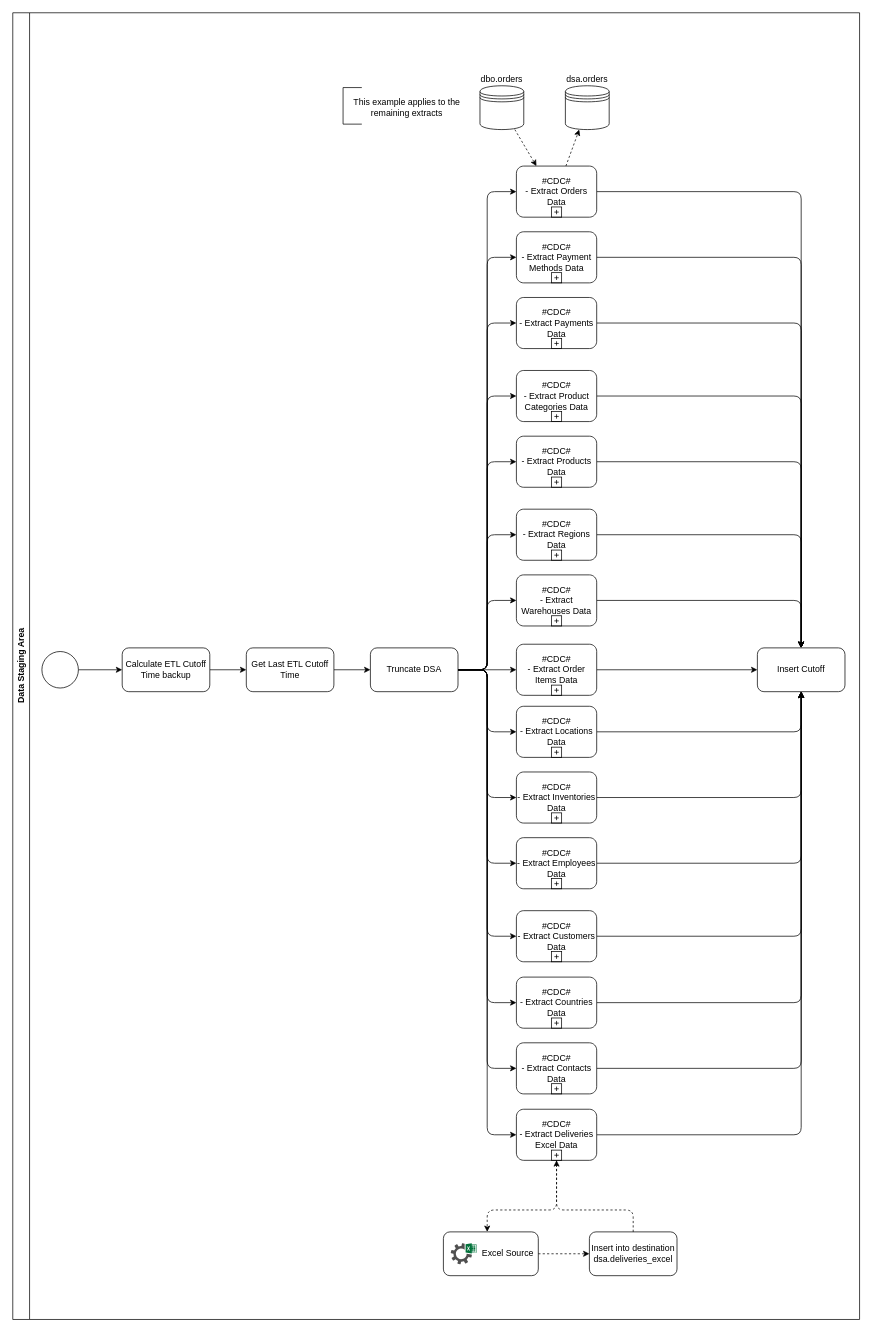
This is page "DSA" (2 of 2) of docs/drawio/etl.drawio from joaobraganca555/GlobalTech_ETL, a draw.io file, before an edit. Source tidied: cells renumbered, new cells numbered last; positions are measured from the earlier drawing's top-left corner, leaving out a move shared by most shapes. Both pictures are drawn from the tidied source at 73%, with x=0, y=0 at pixel (12, 12).
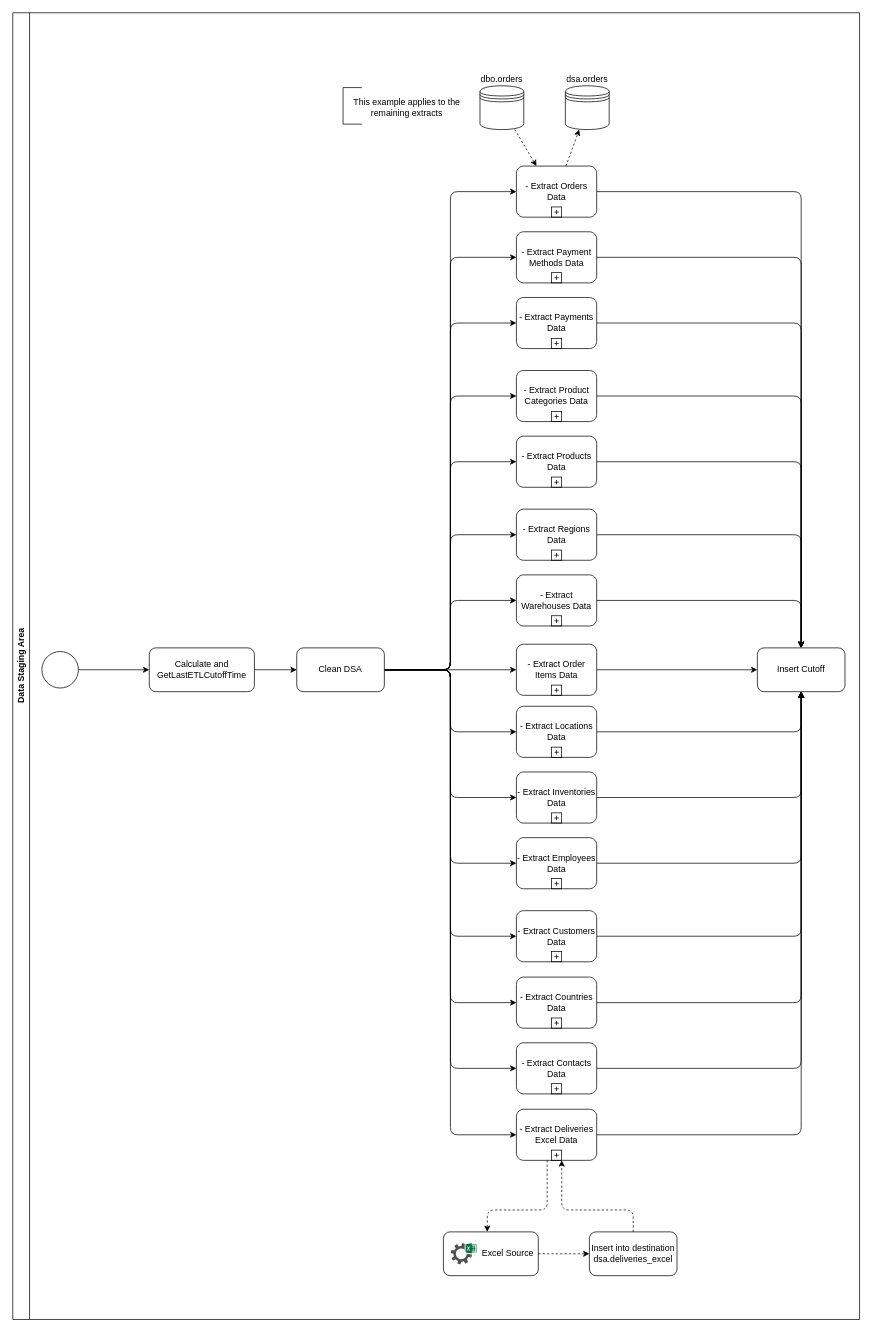
Above is the later version.

The change refers to these unchanged cells:
```xml
<mxCell id="2" value="Data Staging Area" style="swimlane;horizontal=0;whiteSpace=wrap;html=1;fontStyle=1;" parent="1" vertex="1">
  <mxGeometry width="1160" height="1790" as="geometry" />
</mxCell>
<mxCell id="4" style="points=[[0.145,0.145,0],[0.5,0,0],[0.855,0.145,0],[1,0.5,0],[0.855,0.855,0],[0.5,1,0],[0.145,0.855,0],[0,0.5,0]];shape=mxgraph.bpmn.event;html=1;verticalLabelPosition=bottom;labelBackgroundColor=#ffffff;verticalAlign=top;align=center;perimeter=ellipsePerimeter;outlineConnect=0;outline=standard;symbol=general;" parent="2" vertex="1">
  <mxGeometry x="39.9" y="875" width="50" height="50" as="geometry" />
</mxCell>
<mxCell id="57" value="&amp;nbsp; &amp;nbsp; &amp;nbsp; &amp;nbsp; &amp;nbsp; &amp;nbsp; &amp;nbsp; Excel Source" style="rounded=1;whiteSpace=wrap;html=1;" parent="2" vertex="1">
  <mxGeometry x="589.9" y="1670" width="130" height="60" as="geometry" />
</mxCell>
<mxCell id="59" value="Insert into destination dsa.deliveries_excel" style="rounded=1;whiteSpace=wrap;html=1;" parent="2" vertex="1">
  <mxGeometry x="789.9" y="1670" width="120" height="60" as="geometry" />
</mxCell>
```

Diff of the diagram source:
```diff
@@
-    <mxCell id="3" style="edgeStyle=none;html=1;" parent="2" edge="1" source="4" target="6">
+    <mxCell id="3" style="edgeStyle=none;html=1;" parent="2" edge="1" source="4" target="8">
       <mxGeometry relative="1" as="geometry" />
     </mxCell>
@@
-    <mxCell id="5" style="edgeStyle=none;html=1;" parent="2" edge="1" source="6" target="8">
-      <mxGeometry relative="1" as="geometry" />
-    </mxCell>
-    <mxCell id="6" value="Calculate ETL Cutoff Time backup" style="rounded=1;whiteSpace=wrap;html=1;" parent="2" vertex="1">
-      <mxGeometry x="149.9" y="870" width="120" height="60" as="geometry" />
-    </mxCell>
@@
-    <mxCell id="8" value="Get Last ETL Cutoff Time" style="rounded=1;whiteSpace=wrap;html=1;" parent="2" vertex="1">
-      <mxGeometry x="319.9" y="870" width="120" height="60" as="geometry" />
+    <mxCell id="8" value="Calculate and GetLastETLCutoffTime" style="rounded=1;whiteSpace=wrap;html=1;" parent="2" vertex="1">
+      <mxGeometry x="187" y="870" width="144" height="60" as="geometry" />
     </mxCell>
@@
-    <mxCell id="24" value="Truncate DSA" style="rounded=1;whiteSpace=wrap;html=1;" parent="2" vertex="1">
-      <mxGeometry x="489.9" y="870" width="120" height="60" as="geometry" />
+    <mxCell id="24" value="Clean DSA" style="rounded=1;whiteSpace=wrap;html=1;" parent="2" vertex="1">
+      <mxGeometry x="389" y="870" width="120" height="60" as="geometry" />
     </mxCell>
@@
-    <mxCell id="26" value="#CDC#&lt;br&gt;- Extract Order Items Data" style="points=[[0.25,0,0],[0.5,0,0],[0.75,0,0],[1,0.25,0],[1,0.5,0],[1,0.75,0],[0.75,1,0],[0.5,1,0],[0.25,1,0],[0,0.75,0],[0,0.5,0],[0,0.25,0]];shape=mxgraph.bpmn.task;whiteSpace=wrap;rectStyle=rounded;size=10;html=1;taskMarker=abstract;isLoopSub=1;" parent="2" vertex="1">
+    <mxCell id="26" value="- Extract Order Items Data" style="points=[[0.25,0,0],[0.5,0,0],[0.75,0,0],[1,0.25,0],[1,0.5,0],[1,0.75,0],[0.75,1,0],[0.5,1,0],[0.25,1,0],[0,0.75,0],[0,0.5,0],[0,0.25,0]];shape=mxgraph.bpmn.task;whiteSpace=wrap;rectStyle=rounded;size=10;html=1;taskMarker=abstract;isLoopSub=1;" parent="2" vertex="1">
       <mxGeometry x="689.9" y="865" width="110" height="70" as="geometry" />
     </mxCell>
@@
-    <mxCell id="28" value="#CDC#&lt;br&gt;- Extract Inventories Data" style="points=[[0.25,0,0],[0.5,0,0],[0.75,0,0],[1,0.25,0],[1,0.5,0],[1,0.75,0],[0.75,1,0],[0.5,1,0],[0.25,1,0],[0,0.75,0],[0,0.5,0],[0,0.25,0]];shape=mxgraph.bpmn.task;whiteSpace=wrap;rectStyle=rounded;size=10;html=1;taskMarker=abstract;isLoopSub=1;" parent="2" vertex="1">
+    <mxCell id="28" value="- Extract Inventories Data" style="points=[[0.25,0,0],[0.5,0,0],[0.75,0,0],[1,0.25,0],[1,0.5,0],[1,0.75,0],[0.75,1,0],[0.5,1,0],[0.25,1,0],[0,0.75,0],[0,0.5,0],[0,0.25,0]];shape=mxgraph.bpmn.task;whiteSpace=wrap;rectStyle=rounded;size=10;html=1;taskMarker=abstract;isLoopSub=1;" parent="2" vertex="1">
       <mxGeometry x="689.9" y="1040" width="110" height="70" as="geometry" />
     </mxCell>
@@
-    <mxCell id="30" value="#CDC#&lt;br&gt;- Extract Locations Data" style="points=[[0.25,0,0],[0.5,0,0],[0.75,0,0],[1,0.25,0],[1,0.5,0],[1,0.75,0],[0.75,1,0],[0.5,1,0],[0.25,1,0],[0,0.75,0],[0,0.5,0],[0,0.25,0]];shape=mxgraph.bpmn.task;whiteSpace=wrap;rectStyle=rounded;size=10;html=1;taskMarker=abstract;isLoopSub=1;" parent="2" vertex="1">
+    <mxCell id="30" value="- Extract Locations Data" style="points=[[0.25,0,0],[0.5,0,0],[0.75,0,0],[1,0.25,0],[1,0.5,0],[1,0.75,0],[0.75,1,0],[0.5,1,0],[0.25,1,0],[0,0.75,0],[0,0.5,0],[0,0.25,0]];shape=mxgraph.bpmn.task;whiteSpace=wrap;rectStyle=rounded;size=10;html=1;taskMarker=abstract;isLoopSub=1;" parent="2" vertex="1">
       <mxGeometry x="689.9" y="950" width="110" height="70" as="geometry" />
     </mxCell>
@@
-    <mxCell id="32" value="#CDC#&lt;br&gt;- Extract Employees Data" style="points=[[0.25,0,0],[0.5,0,0],[0.75,0,0],[1,0.25,0],[1,0.5,0],[1,0.75,0],[0.75,1,0],[0.5,1,0],[0.25,1,0],[0,0.75,0],[0,0.5,0],[0,0.25,0]];shape=mxgraph.bpmn.task;whiteSpace=wrap;rectStyle=rounded;size=10;html=1;taskMarker=abstract;isLoopSub=1;" parent="2" vertex="1">
+    <mxCell id="32" value="- Extract Employees Data" style="points=[[0.25,0,0],[0.5,0,0],[0.75,0,0],[1,0.25,0],[1,0.5,0],[1,0.75,0],[0.75,1,0],[0.5,1,0],[0.25,1,0],[0,0.75,0],[0,0.5,0],[0,0.25,0]];shape=mxgraph.bpmn.task;whiteSpace=wrap;rectStyle=rounded;size=10;html=1;taskMarker=abstract;isLoopSub=1;" parent="2" vertex="1">
       <mxGeometry x="689.9" y="1130" width="110" height="70" as="geometry" />
     </mxCell>
@@
-    <mxCell id="34" value="#CDC#&lt;br&gt;- Extract Countries Data" style="points=[[0.25,0,0],[0.5,0,0],[0.75,0,0],[1,0.25,0],[1,0.5,0],[1,0.75,0],[0.75,1,0],[0.5,1,0],[0.25,1,0],[0,0.75,0],[0,0.5,0],[0,0.25,0]];shape=mxgraph.bpmn.task;whiteSpace=wrap;rectStyle=rounded;size=10;html=1;taskMarker=abstract;isLoopSub=1;" parent="2" vertex="1">
+    <mxCell id="34" value="- Extract Countries Data" style="points=[[0.25,0,0],[0.5,0,0],[0.75,0,0],[1,0.25,0],[1,0.5,0],[1,0.75,0],[0.75,1,0],[0.5,1,0],[0.25,1,0],[0,0.75,0],[0,0.5,0],[0,0.25,0]];shape=mxgraph.bpmn.task;whiteSpace=wrap;rectStyle=rounded;size=10;html=1;taskMarker=abstract;isLoopSub=1;" parent="2" vertex="1">
       <mxGeometry x="689.9" y="1321" width="110" height="70" as="geometry" />
     </mxCell>
@@
-    <mxCell id="36" value="#CDC#&lt;br&gt;- Extract Customers Data" style="points=[[0.25,0,0],[0.5,0,0],[0.75,0,0],[1,0.25,0],[1,0.5,0],[1,0.75,0],[0.75,1,0],[0.5,1,0],[0.25,1,0],[0,0.75,0],[0,0.5,0],[0,0.25,0]];shape=mxgraph.bpmn.task;whiteSpace=wrap;rectStyle=rounded;size=10;html=1;taskMarker=abstract;isLoopSub=1;" parent="2" vertex="1">
+    <mxCell id="36" value="- Extract Customers Data" style="points=[[0.25,0,0],[0.5,0,0],[0.75,0,0],[1,0.25,0],[1,0.5,0],[1,0.75,0],[0.75,1,0],[0.5,1,0],[0.25,1,0],[0,0.75,0],[0,0.5,0],[0,0.25,0]];shape=mxgraph.bpmn.task;whiteSpace=wrap;rectStyle=rounded;size=10;html=1;taskMarker=abstract;isLoopSub=1;" parent="2" vertex="1">
       <mxGeometry x="689.9" y="1230" width="110" height="70" as="geometry" />
     </mxCell>
@@
-    <mxCell id="38" value="#CDC#&lt;br&gt;- Extract Contacts Data" style="points=[[0.25,0,0],[0.5,0,0],[0.75,0,0],[1,0.25,0],[1,0.5,0],[1,0.75,0],[0.75,1,0],[0.5,1,0],[0.25,1,0],[0,0.75,0],[0,0.5,0],[0,0.25,0]];shape=mxgraph.bpmn.task;whiteSpace=wrap;rectStyle=rounded;size=10;html=1;taskMarker=abstract;isLoopSub=1;" parent="2" vertex="1">
+    <mxCell id="38" value="- Extract Contacts Data" style="points=[[0.25,0,0],[0.5,0,0],[0.75,0,0],[1,0.25,0],[1,0.5,0],[1,0.75,0],[0.75,1,0],[0.5,1,0],[0.25,1,0],[0,0.75,0],[0,0.5,0],[0,0.25,0]];shape=mxgraph.bpmn.task;whiteSpace=wrap;rectStyle=rounded;size=10;html=1;taskMarker=abstract;isLoopSub=1;" parent="2" vertex="1">
       <mxGeometry x="689.9" y="1411" width="110" height="70" as="geometry" />
     </mxCell>
@@
-    <mxCell id="40" value="#CDC#&lt;br&gt;- Extract Deliveries Excel Data" style="points=[[0.25,0,0],[0.5,0,0],[0.75,0,0],[1,0.25,0],[1,0.5,0],[1,0.75,0],[0.75,1,0],[0.5,1,0],[0.25,1,0],[0,0.75,0],[0,0.5,0],[0,0.25,0]];shape=mxgraph.bpmn.task;whiteSpace=wrap;rectStyle=rounded;size=10;html=1;taskMarker=abstract;isLoopSub=1;" parent="2" vertex="1">
+    <mxCell id="40" value="- Extract Deliveries Excel Data" style="points=[[0.25,0,0],[0.5,0,0],[0.75,0,0],[1,0.25,0],[1,0.5,0],[1,0.75,0],[0.75,1,0],[0.5,1,0],[0.25,1,0],[0,0.75,0],[0,0.5,0],[0,0.25,0]];shape=mxgraph.bpmn.task;whiteSpace=wrap;rectStyle=rounded;size=10;html=1;taskMarker=abstract;isLoopSub=1;" parent="2" vertex="1">
       <mxGeometry x="689.9" y="1502" width="110" height="70" as="geometry" />
     </mxCell>
@@
-    <mxCell id="42" value="#CDC#&lt;br&gt;- Extract Warehouses Data" style="points=[[0.25,0,0],[0.5,0,0],[0.75,0,0],[1,0.25,0],[1,0.5,0],[1,0.75,0],[0.75,1,0],[0.5,1,0],[0.25,1,0],[0,0.75,0],[0,0.5,0],[0,0.25,0]];shape=mxgraph.bpmn.task;whiteSpace=wrap;rectStyle=rounded;size=10;html=1;taskMarker=abstract;isLoopSub=1;" parent="2" vertex="1">
+    <mxCell id="42" value="- Extract Warehouses Data" style="points=[[0.25,0,0],[0.5,0,0],[0.75,0,0],[1,0.25,0],[1,0.5,0],[1,0.75,0],[0.75,1,0],[0.5,1,0],[0.25,1,0],[0,0.75,0],[0,0.5,0],[0,0.25,0]];shape=mxgraph.bpmn.task;whiteSpace=wrap;rectStyle=rounded;size=10;html=1;taskMarker=abstract;isLoopSub=1;" parent="2" vertex="1">
       <mxGeometry x="689.9" y="770" width="110" height="70" as="geometry" />
     </mxCell>
@@
-    <mxCell id="44" value="#CDC#&lt;br&gt;- Extract Regions Data" style="points=[[0.25,0,0],[0.5,0,0],[0.75,0,0],[1,0.25,0],[1,0.5,0],[1,0.75,0],[0.75,1,0],[0.5,1,0],[0.25,1,0],[0,0.75,0],[0,0.5,0],[0,0.25,0]];shape=mxgraph.bpmn.task;whiteSpace=wrap;rectStyle=rounded;size=10;html=1;taskMarker=abstract;isLoopSub=1;" parent="2" vertex="1">
+    <mxCell id="44" value="- Extract Regions Data" style="points=[[0.25,0,0],[0.5,0,0],[0.75,0,0],[1,0.25,0],[1,0.5,0],[1,0.75,0],[0.75,1,0],[0.5,1,0],[0.25,1,0],[0,0.75,0],[0,0.5,0],[0,0.25,0]];shape=mxgraph.bpmn.task;whiteSpace=wrap;rectStyle=rounded;size=10;html=1;taskMarker=abstract;isLoopSub=1;" parent="2" vertex="1">
       <mxGeometry x="689.9" y="680" width="110" height="70" as="geometry" />
     </mxCell>
@@
-    <mxCell id="46" value="#CDC#&lt;br&gt;- Extract Products Data" style="points=[[0.25,0,0],[0.5,0,0],[0.75,0,0],[1,0.25,0],[1,0.5,0],[1,0.75,0],[0.75,1,0],[0.5,1,0],[0.25,1,0],[0,0.75,0],[0,0.5,0],[0,0.25,0]];shape=mxgraph.bpmn.task;whiteSpace=wrap;rectStyle=rounded;size=10;html=1;taskMarker=abstract;isLoopSub=1;" parent="2" vertex="1">
+    <mxCell id="46" value="- Extract Products Data" style="points=[[0.25,0,0],[0.5,0,0],[0.75,0,0],[1,0.25,0],[1,0.5,0],[1,0.75,0],[0.75,1,0],[0.5,1,0],[0.25,1,0],[0,0.75,0],[0,0.5,0],[0,0.25,0]];shape=mxgraph.bpmn.task;whiteSpace=wrap;rectStyle=rounded;size=10;html=1;taskMarker=abstract;isLoopSub=1;" parent="2" vertex="1">
       <mxGeometry x="689.9" y="580" width="110" height="70" as="geometry" />
     </mxCell>
@@
-    <mxCell id="48" value="#CDC#&lt;br&gt;- Extract Product Categories Data" style="points=[[0.25,0,0],[0.5,0,0],[0.75,0,0],[1,0.25,0],[1,0.5,0],[1,0.75,0],[0.75,1,0],[0.5,1,0],[0.25,1,0],[0,0.75,0],[0,0.5,0],[0,0.25,0]];shape=mxgraph.bpmn.task;whiteSpace=wrap;rectStyle=rounded;size=10;html=1;taskMarker=abstract;isLoopSub=1;" parent="2" vertex="1">
+    <mxCell id="48" value="- Extract Product Categories Data" style="points=[[0.25,0,0],[0.5,0,0],[0.75,0,0],[1,0.25,0],[1,0.5,0],[1,0.75,0],[0.75,1,0],[0.5,1,0],[0.25,1,0],[0,0.75,0],[0,0.5,0],[0,0.25,0]];shape=mxgraph.bpmn.task;whiteSpace=wrap;rectStyle=rounded;size=10;html=1;taskMarker=abstract;isLoopSub=1;" parent="2" vertex="1">
       <mxGeometry x="689.9" y="490" width="110" height="70" as="geometry" />
     </mxCell>
@@
-    <mxCell id="50" value="#CDC#&lt;br&gt;- Extract Payments Data" style="points=[[0.25,0,0],[0.5,0,0],[0.75,0,0],[1,0.25,0],[1,0.5,0],[1,0.75,0],[0.75,1,0],[0.5,1,0],[0.25,1,0],[0,0.75,0],[0,0.5,0],[0,0.25,0]];shape=mxgraph.bpmn.task;whiteSpace=wrap;rectStyle=rounded;size=10;html=1;taskMarker=abstract;isLoopSub=1;" parent="2" vertex="1">
+    <mxCell id="50" value="- Extract Payments Data" style="points=[[0.25,0,0],[0.5,0,0],[0.75,0,0],[1,0.25,0],[1,0.5,0],[1,0.75,0],[0.75,1,0],[0.5,1,0],[0.25,1,0],[0,0.75,0],[0,0.5,0],[0,0.25,0]];shape=mxgraph.bpmn.task;whiteSpace=wrap;rectStyle=rounded;size=10;html=1;taskMarker=abstract;isLoopSub=1;" parent="2" vertex="1">
       <mxGeometry x="689.9" y="390" width="110" height="70" as="geometry" />
     </mxCell>
@@
-    <mxCell id="52" value="#CDC#&lt;br&gt;- Extract Payment Methods Data" style="points=[[0.25,0,0],[0.5,0,0],[0.75,0,0],[1,0.25,0],[1,0.5,0],[1,0.75,0],[0.75,1,0],[0.5,1,0],[0.25,1,0],[0,0.75,0],[0,0.5,0],[0,0.25,0]];shape=mxgraph.bpmn.task;whiteSpace=wrap;rectStyle=rounded;size=10;html=1;taskMarker=abstract;isLoopSub=1;" parent="2" vertex="1">
+    <mxCell id="52" value="- Extract Payment Methods Data" style="points=[[0.25,0,0],[0.5,0,0],[0.75,0,0],[1,0.25,0],[1,0.5,0],[1,0.75,0],[0.75,1,0],[0.5,1,0],[0.25,1,0],[0,0.75,0],[0,0.5,0],[0,0.25,0]];shape=mxgraph.bpmn.task;whiteSpace=wrap;rectStyle=rounded;size=10;html=1;taskMarker=abstract;isLoopSub=1;" parent="2" vertex="1">
       <mxGeometry x="689.9" y="300" width="110" height="70" as="geometry" />
     </mxCell>
@@
-    <mxCell id="55" value="#CDC#&lt;br&gt;- Extract Orders Data" style="points=[[0.25,0,0],[0.5,0,0],[0.75,0,0],[1,0.25,0],[1,0.5,0],[1,0.75,0],[0.75,1,0],[0.5,1,0],[0.25,1,0],[0,0.75,0],[0,0.5,0],[0,0.25,0]];shape=mxgraph.bpmn.task;whiteSpace=wrap;rectStyle=rounded;size=10;html=1;taskMarker=abstract;isLoopSub=1;" parent="2" vertex="1">
+    <mxCell id="55" value="- Extract Orders Data" style="points=[[0.25,0,0],[0.5,0,0],[0.75,0,0],[1,0.25,0],[1,0.5,0],[1,0.75,0],[0.75,1,0],[0.5,1,0],[0.25,1,0],[0,0.75,0],[0,0.5,0],[0,0.25,0]];shape=mxgraph.bpmn.task;whiteSpace=wrap;rectStyle=rounded;size=10;html=1;taskMarker=abstract;isLoopSub=1;" parent="2" vertex="1">
       <mxGeometry x="689.9" y="210" width="110" height="70" as="geometry" />
     </mxCell>
@@
     <mxCell id="58" style="edgeStyle=orthogonalEdgeStyle;html=1;strokeColor=default;dashed=1;" parent="2" edge="1" source="40" target="57">
       <mxGeometry relative="1" as="geometry">
         <Array as="points">
-          <mxPoint x="744.9" y="1640" />
-          <mxPoint x="649.9" y="1640" />
+          <mxPoint x="732" y="1640" />
+          <mxPoint x="650" y="1640" />
         </Array>
       </mxGeometry>
     </mxCell>
@@
-    <mxCell id="61" style="edgeStyle=orthogonalEdgeStyle;html=1;entryX=0.5;entryY=1;entryDx=0;entryDy=0;entryPerimeter=0;dashed=1;strokeColor=default;" parent="2" edge="1" source="59" target="40">
+    <mxCell id="61" style="edgeStyle=orthogonalEdgeStyle;html=1;dashed=1;strokeColor=default;" parent="2" edge="1" source="59" target="40">
       <mxGeometry relative="1" as="geometry">
         <Array as="points">
-          <mxPoint x="849.9" y="1640" />
-          <mxPoint x="744.9" y="1640" />
+          <mxPoint x="850" y="1640" />
+          <mxPoint x="752" y="1640" />
         </Array>
       </mxGeometry>
     </mxCell>
```
